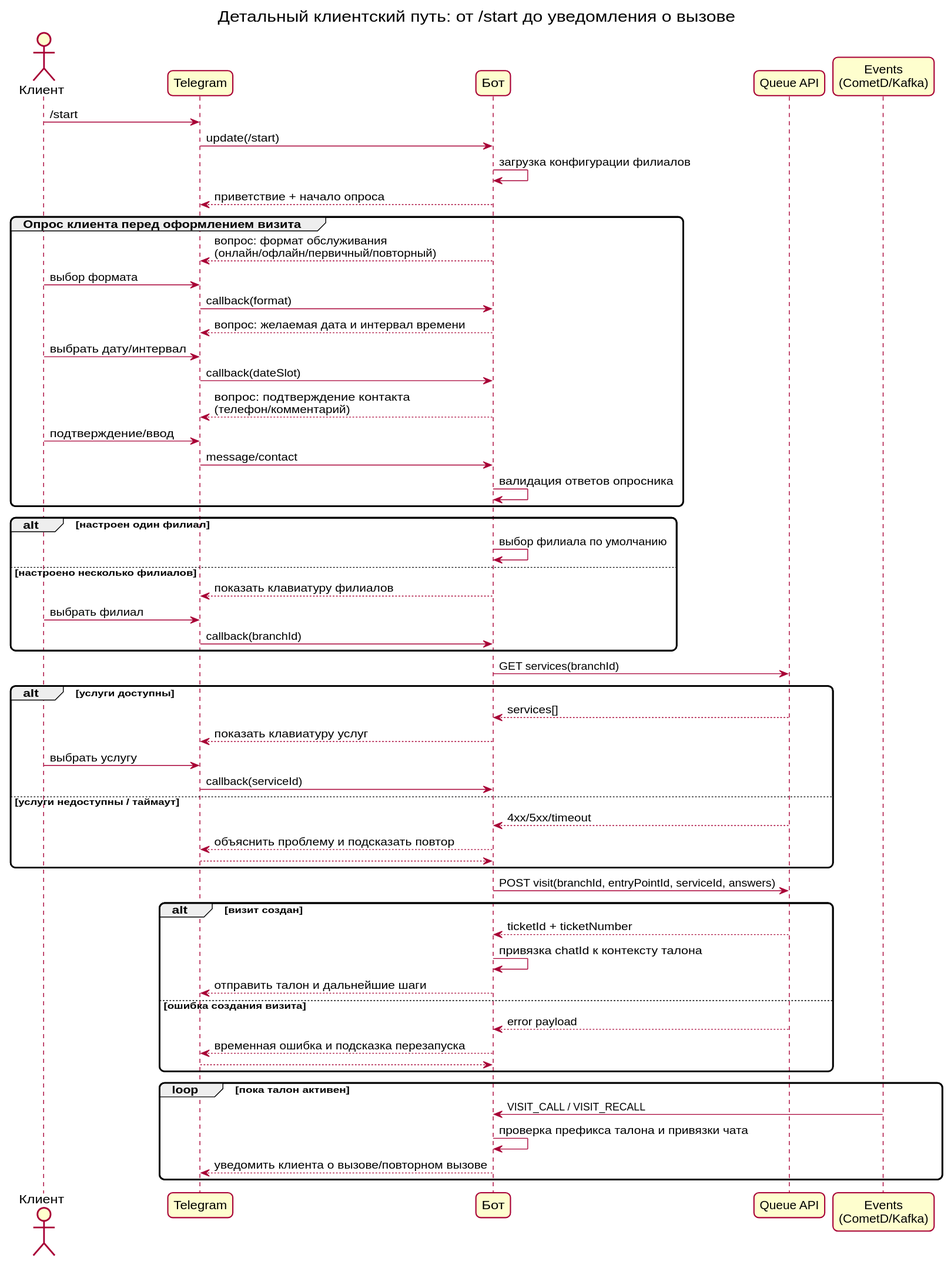
Before: docs/diagrams/client-journey-detailed.svg, a diagram exported from PlantUML (psokolov25/chatBotJava). The source it was exported from:
```plantuml
@startuml
skinparam backgroundColor #FFFFFF
skinparam shadowing false
skinparam roundcorner 12
title Детальный клиентский путь: от /start до уведомления о вызове

actor Клиент
participant Telegram
participant "Бот" as Bot
participant "Queue API" as Queue
participant "Events\n(CometD/Kafka)" as Events

Клиент -> Telegram: /start
Telegram -> Bot: update(/start)
Bot -> Bot: загрузка конфигурации филиалов

Bot --> Telegram: приветствие + начало опроса

group Опрос клиента перед оформлением визита
  Bot --> Telegram: вопрос: формат обслуживания\n(онлайн/офлайн/первичный/повторный)
  Клиент -> Telegram: выбор формата
  Telegram -> Bot: callback(format)

  Bot --> Telegram: вопрос: желаемая дата и интервал времени
  Клиент -> Telegram: выбрать дату/интервал
  Telegram -> Bot: callback(dateSlot)

  Bot --> Telegram: вопрос: подтверждение контакта\n(телефон/комментарий)
  Клиент -> Telegram: подтверждение/ввод
  Telegram -> Bot: message/contact

  Bot -> Bot: валидация ответов опросника
end

alt настроен один филиал
  Bot -> Bot: выбор филиала по умолчанию
else настроено несколько филиалов
  Bot --> Telegram: показать клавиатуру филиалов
  Клиент -> Telegram: выбрать филиал
  Telegram -> Bot: callback(branchId)
end

Bot -> Queue: GET services(branchId)
alt услуги доступны
  Queue --> Bot: services[]
  Bot --> Telegram: показать клавиатуру услуг
  Клиент -> Telegram: выбрать услугу
  Telegram -> Bot: callback(serviceId)
else услуги недоступны / таймаут
  Queue --> Bot: 4xx/5xx/timeout
  Bot --> Telegram: объяснить проблему и подсказать повтор
  return
end

Bot -> Queue: POST visit(branchId, entryPointId, serviceId, answers)
alt визит создан
  Queue --> Bot: ticketId + ticketNumber
  Bot -> Bot: привязка chatId к контексту талона
  Bot --> Telegram: отправить талон и дальнейшие шаги
else ошибка создания визита
  Queue --> Bot: error payload
  Bot --> Telegram: временная ошибка и подсказка перезапуска
  return
end

loop пока талон активен
  Events -> Bot: VISIT_CALL / VISIT_RECALL
  Bot -> Bot: проверка префикса талона и привязки чата
  Bot --> Telegram: уведомить клиента о вызове/повторном вызове
end
@enduml
```
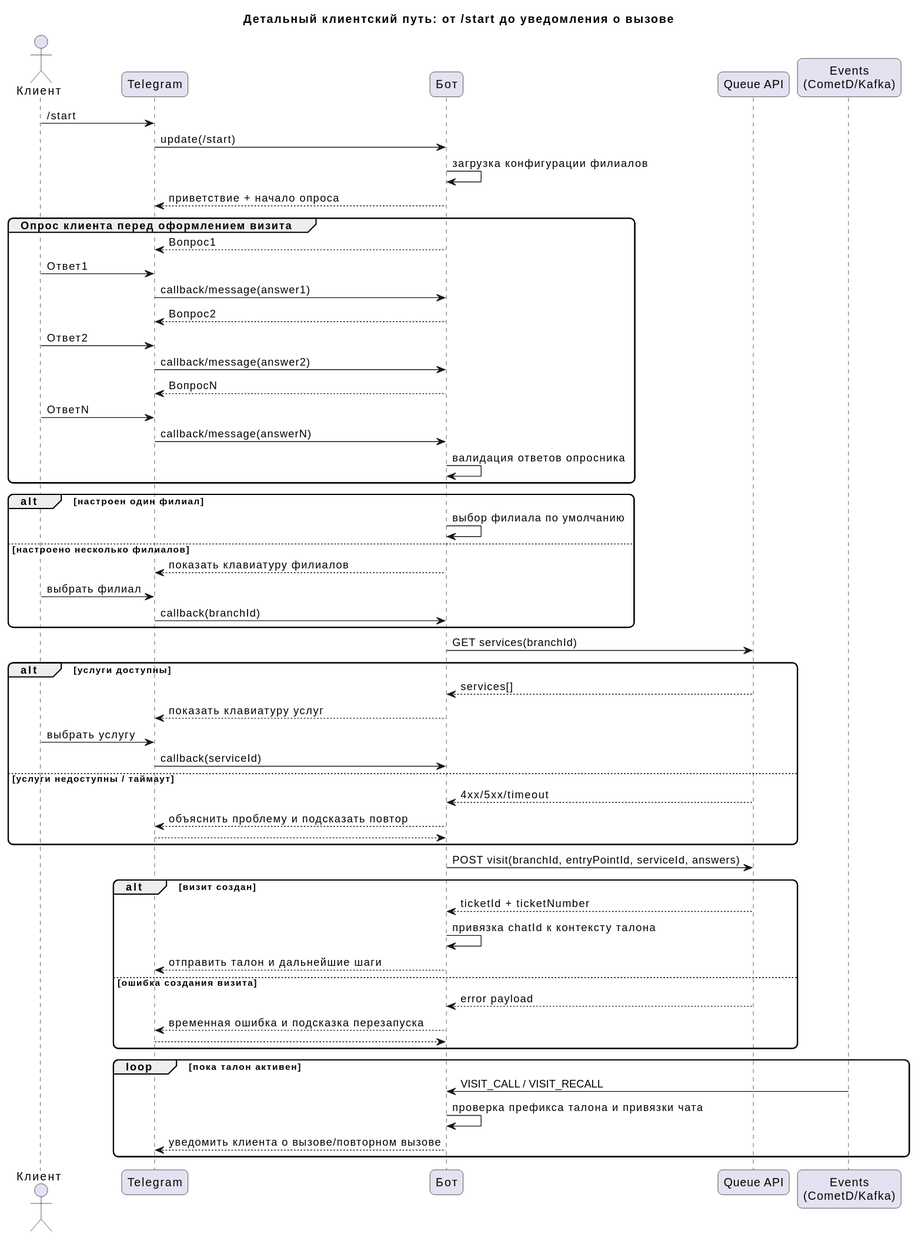
The same file after the commit.

The edit, as a diff of the source:
```diff
@@ -17,17 +17,17 @@
 Bot --> Telegram: приветствие + начало опроса
 
 group Опрос клиента перед оформлением визита
-  Bot --> Telegram: вопрос: формат обслуживания\n(онлайн/офлайн/первичный/повторный)
-  Клиент -> Telegram: выбор формата
-  Telegram -> Bot: callback(format)
+  Bot --> Telegram: Вопрос1
+  Клиент -> Telegram: Ответ1
+  Telegram -> Bot: callback/message(answer1)
 
-  Bot --> Telegram: вопрос: желаемая дата и интервал времени
-  Клиент -> Telegram: выбрать дату/интервал
-  Telegram -> Bot: callback(dateSlot)
+  Bot --> Telegram: Вопрос2
+  Клиент -> Telegram: Ответ2
+  Telegram -> Bot: callback/message(answer2)
 
-  Bot --> Telegram: вопрос: подтверждение контакта\n(телефон/комментарий)
-  Клиент -> Telegram: подтверждение/ввод
-  Telegram -> Bot: message/contact
+  Bot --> Telegram: ВопросN
+  Клиент -> Telegram: ОтветN
+  Telegram -> Bot: callback/message(answerN)
 
   Bot -> Bot: валидация ответов опросника
 end
```
